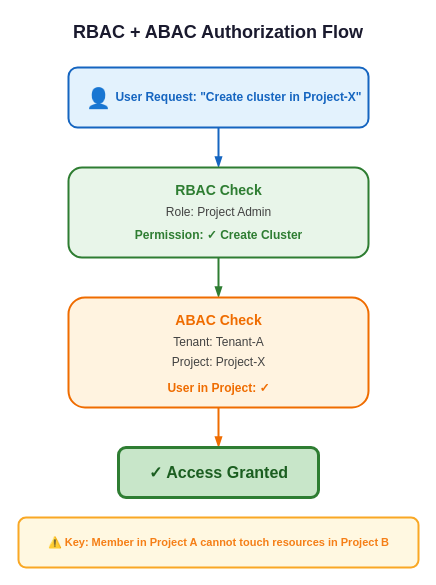
Before: docs/diagrams/authorization-flow.drawio in aamir939/Documentation, a draw.io diagram. Source tidied: cells renumbered, new cells numbered last; positions are measured from the earlier drawing's top-left corner, leaving out a move shared by most shapes. Both pictures are drawn from the tidied source at 100%, with x=0, y=0 at pixel (18, 17).
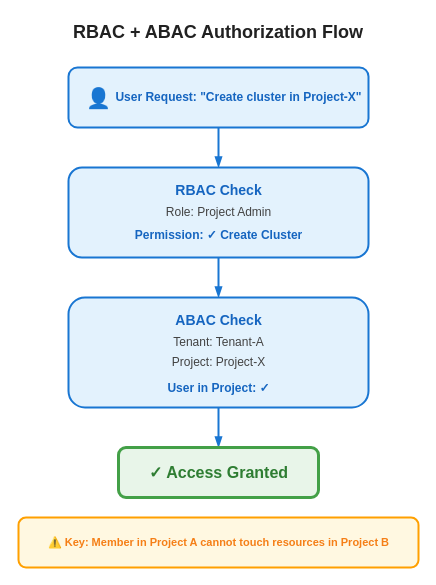
After the change.

What changed in the source:
```diff
@@
-    <mxCell id="2" value="RBAC + ABAC Authorization Flow" style="text;html=1;strokeColor=none;fillColor=none;align=center;verticalAlign=middle;whiteSpace=wrap;rounded=0;fontSize=18;fontStyle=1;fontColor=#1a1a2e;" parent="1" vertex="1">
+    <mxCell id="2" value="RBAC + ABAC Authorization Flow" style="text;html=1;strokeColor=none;fillColor=none;align=center;verticalAlign=middle;whiteSpace=wrap;rounded=0;fontSize=18;fontStyle=1;fontColor=#212121;" parent="1" vertex="1">
       <mxGeometry width="400" height="30" as="geometry" />
     </mxCell>
-    <mxCell id="3" style="rounded=1;whiteSpace=wrap;html=1;fillColor=#e3f2fd;strokeColor=#1565c0;strokeWidth=2;" parent="1" vertex="1">
+    <mxCell id="3" style="rounded=1;whiteSpace=wrap;html=1;fillColor=#e3f2fd;strokeColor=#1976d2;strokeWidth=2;" parent="1" vertex="1">
       <mxGeometry x="50" y="50" width="300" height="60" as="geometry" />
     </mxCell>
@@
-    <mxCell id="6" style="edgeStyle=orthogonalEdgeStyle;rounded=0;jettySize=auto;html=1;strokeWidth=2;strokeColor=#1565c0;endArrow=blockThin;endFill=1;" parent="1" edge="1" source="3" target="7">
+    <mxCell id="6" style="edgeStyle=orthogonalEdgeStyle;rounded=0;jettySize=auto;html=1;strokeWidth=2;strokeColor=#1976d2;endArrow=blockThin;endFill=1;" parent="1" edge="1" source="3" target="7">
       <mxGeometry relative="1" as="geometry" />
     </mxCell>
-    <mxCell id="7" style="rounded=1;whiteSpace=wrap;html=1;fillColor=#e8f5e9;strokeColor=#2e7d32;strokeWidth=2;" parent="1" vertex="1">
+    <mxCell id="7" style="rounded=1;whiteSpace=wrap;html=1;fillColor=#e3f2fd;strokeColor=#1976d2;strokeWidth=2;" parent="1" vertex="1">
       <mxGeometry x="50" y="150" width="300" height="90" as="geometry" />
     </mxCell>
-    <mxCell id="8" value="RBAC Check" style="text;html=1;strokeColor=none;fillColor=none;align=center;verticalAlign=middle;fontStyle=1;fontSize=14;fontColor=#2e7d32;" parent="1" vertex="1">
+    <mxCell id="8" value="RBAC Check" style="text;html=1;strokeColor=none;fillColor=none;align=center;verticalAlign=middle;fontStyle=1;fontSize=14;fontColor=#1565c0;" parent="1" vertex="1">
       <mxGeometry x="50" y="160" width="300" height="25" as="geometry" />
     </mxCell>
@@
-    <mxCell id="10" value="Permission: ✓ Create Cluster" style="text;html=1;strokeColor=none;fillColor=none;align=center;verticalAlign=middle;fontSize=12;fontColor=#2e7d32;fontStyle=1;" parent="1" vertex="1">
+    <mxCell id="10" value="Permission: ✓ Create Cluster" style="text;html=1;strokeColor=none;fillColor=none;align=center;verticalAlign=middle;fontSize=12;fontColor=#1565c0;fontStyle=1;" parent="1" vertex="1">
       <mxGeometry x="50" y="205" width="300" height="25" as="geometry" />
     </mxCell>
-    <mxCell id="11" style="edgeStyle=orthogonalEdgeStyle;rounded=0;jettySize=auto;html=1;strokeWidth=2;strokeColor=#2e7d32;endArrow=blockThin;endFill=1;" parent="1" edge="1" source="7" target="12">
+    <mxCell id="11" style="edgeStyle=orthogonalEdgeStyle;rounded=0;jettySize=auto;html=1;strokeWidth=2;strokeColor=#1976d2;endArrow=blockThin;endFill=1;" parent="1" edge="1" source="7" target="12">
       <mxGeometry relative="1" as="geometry" />
     </mxCell>
-    <mxCell id="12" style="rounded=1;whiteSpace=wrap;html=1;fillColor=#fff3e0;strokeColor=#ef6c00;strokeWidth=2;" parent="1" vertex="1">
+    <mxCell id="12" style="rounded=1;whiteSpace=wrap;html=1;fillColor=#e3f2fd;strokeColor=#1976d2;strokeWidth=2;" parent="1" vertex="1">
       <mxGeometry x="50" y="280" width="300" height="110" as="geometry" />
     </mxCell>
-    <mxCell id="13" value="ABAC Check" style="text;html=1;strokeColor=none;fillColor=none;align=center;verticalAlign=middle;fontStyle=1;fontSize=14;fontColor=#ef6c00;" parent="1" vertex="1">
+    <mxCell id="13" value="ABAC Check" style="text;html=1;strokeColor=none;fillColor=none;align=center;verticalAlign=middle;fontStyle=1;fontSize=14;fontColor=#1565c0;" parent="1" vertex="1">
       <mxGeometry x="50" y="290" width="300" height="25" as="geometry" />
     </mxCell>
@@
-    <mxCell id="16" value="User in Project: ✓" style="text;html=1;strokeColor=none;fillColor=none;align=center;verticalAlign=middle;fontSize=12;fontColor=#ef6c00;fontStyle=1;" parent="1" vertex="1">
+    <mxCell id="16" value="User in Project: ✓" style="text;html=1;strokeColor=none;fillColor=none;align=center;verticalAlign=middle;fontSize=12;fontColor=#1565c0;fontStyle=1;" parent="1" vertex="1">
       <mxGeometry x="50" y="358" width="300" height="25" as="geometry" />
     </mxCell>
-    <mxCell id="17" style="edgeStyle=orthogonalEdgeStyle;rounded=0;jettySize=auto;html=1;strokeWidth=2;strokeColor=#ef6c00;endArrow=blockThin;endFill=1;" parent="1" edge="1" source="12" target="18">
+    <mxCell id="17" style="edgeStyle=orthogonalEdgeStyle;rounded=0;jettySize=auto;html=1;strokeWidth=2;strokeColor=#1976d2;endArrow=blockThin;endFill=1;" parent="1" edge="1" source="12" target="18">
       <mxGeometry relative="1" as="geometry" />
     </mxCell>
-    <mxCell id="18" style="rounded=1;whiteSpace=wrap;html=1;fillColor=#c8e6c9;strokeColor=#2e7d32;strokeWidth=3;" parent="1" vertex="1">
+    <mxCell id="18" style="rounded=1;whiteSpace=wrap;html=1;fillColor=#e8f5e9;strokeColor=#43a047;strokeWidth=3;" parent="1" vertex="1">
       <mxGeometry x="100" y="430" width="200" height="50" as="geometry" />
     </mxCell>
-    <mxCell id="19" value="✓ Access Granted" style="text;html=1;strokeColor=none;fillColor=none;align=center;verticalAlign=middle;fontStyle=1;fontSize=16;fontColor=#1b5e20;" parent="1" vertex="1">
+    <mxCell id="19" value="✓ Access Granted" style="text;html=1;strokeColor=none;fillColor=none;align=center;verticalAlign=middle;fontStyle=1;fontSize=16;fontColor=#2e7d32;" parent="1" vertex="1">
       <mxGeometry x="100" y="440" width="200" height="30" as="geometry" />
     </mxCell>
-    <mxCell id="20" style="rounded=1;whiteSpace=wrap;html=1;fillColor=#fff8e1;strokeColor=#f9a825;strokeWidth=2;" parent="1" vertex="1">
+    <mxCell id="20" style="rounded=1;whiteSpace=wrap;html=1;fillColor=#fff8e1;strokeColor=#ffa000;strokeWidth=2;" parent="1" vertex="1">
       <mxGeometry y="500" width="400" height="50" as="geometry" />
     </mxCell>
```
